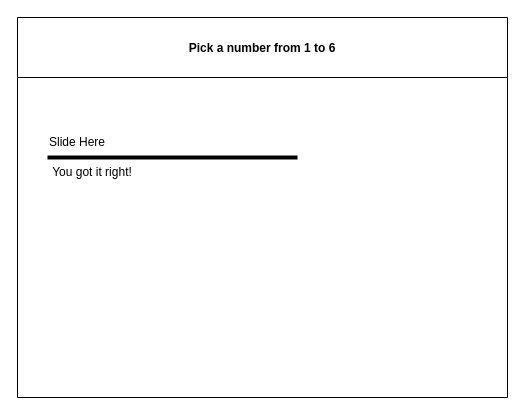
Before: design/water.drawio in darcy-murphy/ICS2O-PWA-Test1, a draw.io diagram. Source tidied: cells renumbered, new cells numbered last; positions are measured from the earlier drawing's top-left corner, leaving out a move shared by most shapes. Both pictures are drawn from the tidied source at 100%, with x=0, y=0 at pixel (17, 17).
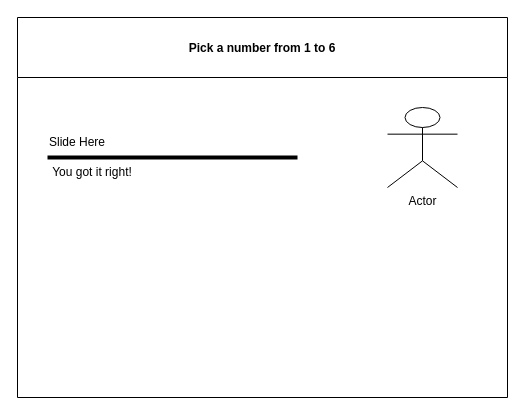
The same diagram, later.

Diff of the diagram source:
```diff
@@
 <mxGraphModel>
   <root>
     <mxCell id="0" />
     <mxCell id="1" parent="0" />
     <mxCell id="2" value="Pick a number from 1 to 6" style="swimlane;startSize=60;" parent="1" vertex="1">
       <mxGeometry width="490" height="380" as="geometry" />
     </mxCell>
     <mxCell id="3" style="line;strokeWidth=4;html=1;perimeter=backbonePerimeter;" parent="2" vertex="1">
       <mxGeometry x="30" y="80" width="250" height="120" as="geometry" />
     </mxCell>
     <mxCell id="4" value="Slide Here" style="text;html=1;strokeColor=none;fillColor=none;align=center;verticalAlign=middle;whiteSpace=wrap;rounded=0;" parent="2" vertex="1">
       <mxGeometry x="30" y="110" width="60" height="30" as="geometry" />
     </mxCell>
     <mxCell id="5" value="You got it right!" style="text;html=1;strokeColor=none;fillColor=none;align=center;verticalAlign=middle;whiteSpace=wrap;rounded=0;" parent="2" vertex="1">
       <mxGeometry x="10" y="140" width="130" height="30" as="geometry" />
     </mxCell>
+    <mxCell id="6" value="Actor" style="shape=umlActor;verticalLabelPosition=bottom;verticalAlign=top;html=1;" parent="2" vertex="1">
+      <mxGeometry x="370" y="90" width="70" height="80" as="geometry" />
+    </mxCell>
   </root>
 </mxGraphModel>
```
